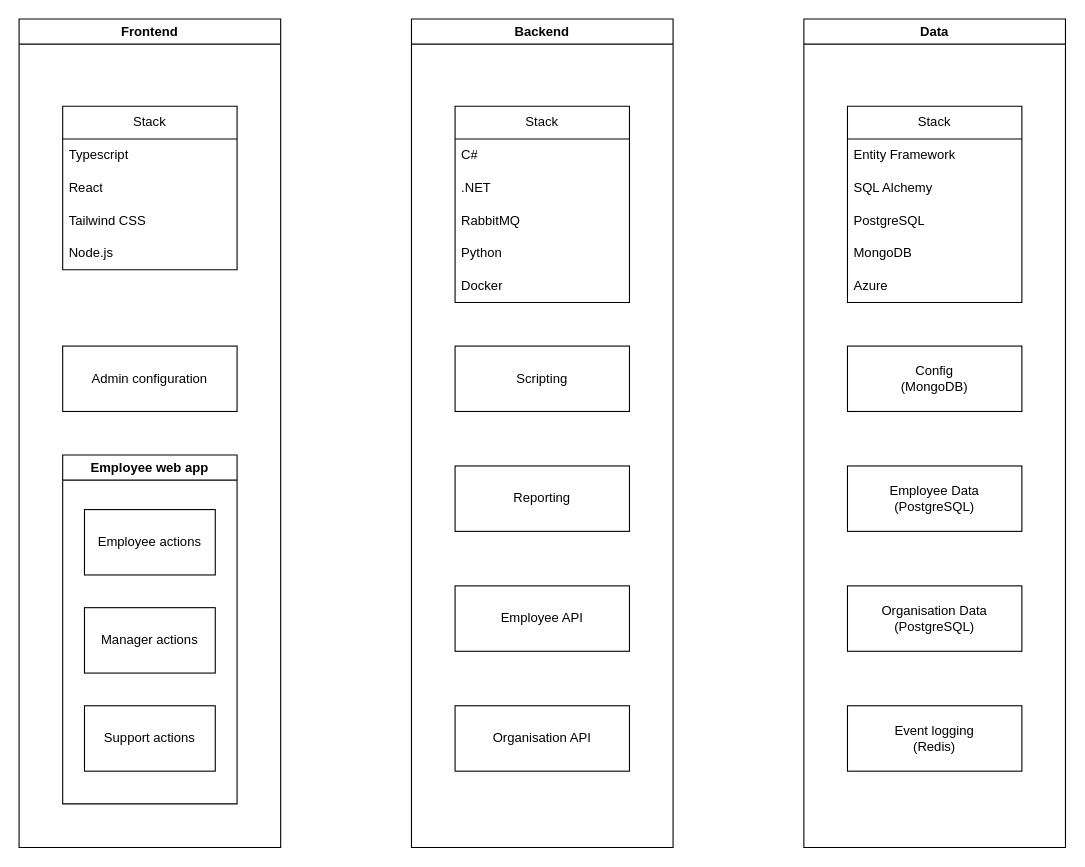
The draw.io diagram diagram_architecture.drawio in chrisashwalker/hoot, before the edit. Source tidied: cells renumbered, new cells numbered last; positions are measured from the earlier drawing's top-left corner, leaving out a move shared by most shapes. Both pictures are drawn from the tidied source at 109%, with x=0, y=0 at pixel (19, 19).
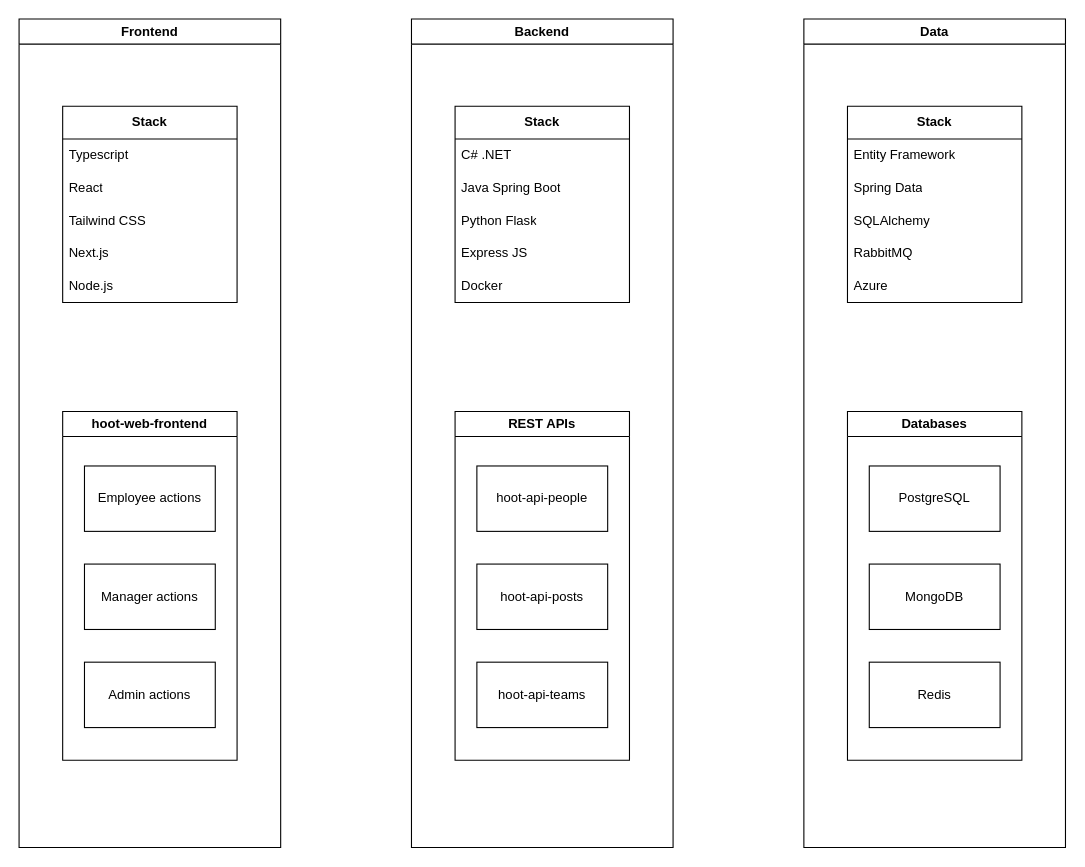
Above is the later version.

Unchanged cells that the change refers to:
```xml
<mxCell id="2" value="Frontend" style="swimlane;whiteSpace=wrap;html=1;" parent="1" vertex="1">
  <mxGeometry width="240" height="760" as="geometry" />
</mxCell>
<mxCell id="13" value="Backend" style="swimlane;whiteSpace=wrap;html=1;" parent="1" vertex="1">
  <mxGeometry x="360" width="240" height="760" as="geometry" />
</mxCell>
<mxCell id="24" value="Data" style="swimlane;whiteSpace=wrap;html=1;" parent="1" vertex="1">
  <mxGeometry x="720" width="240" height="760" as="geometry" />
</mxCell>
```

Change to the diagram source:
```diff
@@
-    <mxCell id="3" value="&lt;div&gt;Admin configuration&lt;br&gt;&lt;/div&gt;" style="rounded=0;whiteSpace=wrap;html=1;" parent="2" vertex="1">
-      <mxGeometry x="40" y="300" width="160" height="60" as="geometry" />
-    </mxCell>
-    <mxCell id="4" value="Employee web app" style="swimlane;whiteSpace=wrap;html=1;" parent="2" vertex="1">
-      <mxGeometry x="40" y="400" width="160" height="320" as="geometry" />
+    <mxCell id="4" value="hoot-web-frontend" style="swimlane;whiteSpace=wrap;html=1;" parent="2" vertex="1">
+      <mxGeometry x="40" y="360" width="160" height="320" as="geometry" />
     </mxCell>
@@
-    <mxCell id="7" value="&lt;div&gt;Support actions&lt;/div&gt;" style="rounded=0;whiteSpace=wrap;html=1;" parent="4" vertex="1">
+    <mxCell id="7" value="&lt;div&gt;Admin actions&lt;/div&gt;" style="rounded=0;whiteSpace=wrap;html=1;" parent="4" vertex="1">
       <mxGeometry x="20" y="230" width="120" height="60" as="geometry" />
     </mxCell>
-    <mxCell id="8" value="Stack" style="swimlane;fontStyle=0;horizontal=1;startSize=30;whiteSpace=wrap;html=1;" parent="2" vertex="1">
-      <mxGeometry x="40" y="80" width="160" height="150" as="geometry" />
+    <mxCell id="8" value="&lt;b&gt;Stack&lt;/b&gt;" style="swimlane;fontStyle=0;horizontal=1;startSize=30;whiteSpace=wrap;html=1;" parent="2" vertex="1">
+      <mxGeometry x="40" y="80" width="160" height="180" as="geometry" />
     </mxCell>
@@
-    <mxCell id="12" value="Node.js" style="text;strokeColor=none;fillColor=none;align=left;verticalAlign=middle;spacingLeft=4;spacingRight=4;overflow=hidden;whiteSpace=wrap;html=1;" parent="8" vertex="1">
+    <mxCell id="12" value="Next.js" style="text;strokeColor=none;fillColor=none;align=left;verticalAlign=middle;spacingLeft=4;spacingRight=4;overflow=hidden;whiteSpace=wrap;html=1;" parent="8" vertex="1">
       <mxGeometry y="120" width="160" height="30" as="geometry" />
     </mxCell>
+    <mxCell id="35" value="Node.js" style="text;strokeColor=none;fillColor=none;align=left;verticalAlign=middle;spacingLeft=4;spacingRight=4;overflow=hidden;whiteSpace=wrap;html=1;" parent="8" vertex="1">
+      <mxGeometry y="150" width="160" height="30" as="geometry" />
+    </mxCell>
@@
-    <mxCell id="14" value="&lt;div&gt;Scripting&lt;/div&gt;" style="rounded=0;whiteSpace=wrap;html=1;" parent="13" vertex="1">
-      <mxGeometry x="40" y="300" width="160" height="60" as="geometry" />
-    </mxCell>
-    <mxCell id="15" value="Stack" style="swimlane;fontStyle=0;horizontal=1;startSize=30;whiteSpace=wrap;html=1;" parent="13" vertex="1">
+    <mxCell id="15" value="&lt;b&gt;Stack&lt;/b&gt;" style="swimlane;fontStyle=0;horizontal=1;startSize=30;whiteSpace=wrap;html=1;" parent="13" vertex="1">
       <mxGeometry x="40" y="80" width="160" height="180" as="geometry" />
     </mxCell>
-    <mxCell id="16" value="C#" style="text;strokeColor=none;fillColor=none;align=left;verticalAlign=middle;spacingLeft=4;spacingRight=4;overflow=hidden;whiteSpace=wrap;html=1;" parent="15" vertex="1">
+    <mxCell id="16" value="C# .NET" style="text;strokeColor=none;fillColor=none;align=left;verticalAlign=middle;spacingLeft=4;spacingRight=4;overflow=hidden;whiteSpace=wrap;html=1;" parent="15" vertex="1">
       <mxGeometry y="30" width="160" height="30" as="geometry" />
     </mxCell>
-    <mxCell id="17" value=".NET" style="text;strokeColor=none;fillColor=none;align=left;verticalAlign=middle;spacingLeft=4;spacingRight=4;overflow=hidden;whiteSpace=wrap;html=1;" parent="15" vertex="1">
+    <mxCell id="17" value="Java Spring Boot" style="text;strokeColor=none;fillColor=none;align=left;verticalAlign=middle;spacingLeft=4;spacingRight=4;overflow=hidden;whiteSpace=wrap;html=1;" parent="15" vertex="1">
       <mxGeometry y="60" width="160" height="30" as="geometry" />
     </mxCell>
-    <mxCell id="18" value="RabbitMQ" style="text;strokeColor=none;fillColor=none;align=left;verticalAlign=middle;spacingLeft=4;spacingRight=4;overflow=hidden;whiteSpace=wrap;html=1;" parent="15" vertex="1">
+    <mxCell id="18" value="Python Flask" style="text;strokeColor=none;fillColor=none;align=left;verticalAlign=middle;spacingLeft=4;spacingRight=4;overflow=hidden;whiteSpace=wrap;html=1;" parent="15" vertex="1">
       <mxGeometry y="90" width="160" height="30" as="geometry" />
     </mxCell>
-    <mxCell id="19" value="Python" style="text;strokeColor=none;fillColor=none;align=left;verticalAlign=middle;spacingLeft=4;spacingRight=4;overflow=hidden;whiteSpace=wrap;html=1;" parent="15" vertex="1">
+    <mxCell id="19" value="&lt;div&gt;Express JS&lt;br&gt;&lt;/div&gt;" style="text;strokeColor=none;fillColor=none;align=left;verticalAlign=middle;spacingLeft=4;spacingRight=4;overflow=hidden;whiteSpace=wrap;html=1;" parent="15" vertex="1">
       <mxGeometry y="120" width="160" height="30" as="geometry" />
     </mxCell>
@@
-    <mxCell id="21" value="Reporting" style="rounded=0;whiteSpace=wrap;html=1;" parent="13" vertex="1">
-      <mxGeometry x="40" y="410" width="160" height="60" as="geometry" />
-    </mxCell>
-    <mxCell id="22" value="Employee API" style="rounded=0;whiteSpace=wrap;html=1;" parent="13" vertex="1">
-      <mxGeometry x="40" y="520" width="160" height="60" as="geometry" />
-    </mxCell>
-    <mxCell id="23" value="Organisation API" style="rounded=0;whiteSpace=wrap;html=1;" parent="13" vertex="1">
-      <mxGeometry x="40" y="630" width="160" height="60" as="geometry" />
-    </mxCell>
+    <mxCell id="36" value="REST APIs" style="swimlane;whiteSpace=wrap;html=1;" parent="13" vertex="1">
+      <mxGeometry x="40" y="360" width="160" height="320" as="geometry" />
+    </mxCell>
+    <mxCell id="37" value="hoot-api-people" style="rounded=0;whiteSpace=wrap;html=1;" parent="36" vertex="1">
+      <mxGeometry x="20" y="50" width="120" height="60" as="geometry" />
+    </mxCell>
+    <mxCell id="38" value="hoot-api-posts" style="rounded=0;whiteSpace=wrap;html=1;" parent="36" vertex="1">
+      <mxGeometry x="20" y="140" width="120" height="60" as="geometry" />
+    </mxCell>
+    <mxCell id="39" value="&lt;div&gt;hoot-api-teams&lt;/div&gt;" style="rounded=0;whiteSpace=wrap;html=1;" parent="36" vertex="1">
+      <mxGeometry x="20" y="230" width="120" height="60" as="geometry" />
+    </mxCell>
@@
-    <mxCell id="25" value="&lt;div&gt;Config &lt;br&gt;&lt;/div&gt;&lt;div&gt;(MongoDB)&lt;/div&gt;" style="rounded=0;whiteSpace=wrap;html=1;" parent="24" vertex="1">
-      <mxGeometry x="40" y="300" width="160" height="60" as="geometry" />
-    </mxCell>
-    <mxCell id="26" value="Stack" style="swimlane;fontStyle=0;horizontal=1;startSize=30;whiteSpace=wrap;html=1;" parent="24" vertex="1">
+    <mxCell id="26" value="&lt;b&gt;Stack&lt;/b&gt;" style="swimlane;fontStyle=0;horizontal=1;startSize=30;whiteSpace=wrap;html=1;" parent="24" vertex="1">
       <mxGeometry x="40" y="80" width="160" height="180" as="geometry" />
     </mxCell>
@@
-    <mxCell id="28" value="SQL Alchemy" style="text;strokeColor=none;fillColor=none;align=left;verticalAlign=middle;spacingLeft=4;spacingRight=4;overflow=hidden;whiteSpace=wrap;html=1;" parent="26" vertex="1">
+    <mxCell id="28" value="Spring Data" style="text;strokeColor=none;fillColor=none;align=left;verticalAlign=middle;spacingLeft=4;spacingRight=4;overflow=hidden;whiteSpace=wrap;html=1;" parent="26" vertex="1">
       <mxGeometry y="60" width="160" height="30" as="geometry" />
     </mxCell>
-    <mxCell id="29" value="PostgreSQL" style="text;strokeColor=none;fillColor=none;align=left;verticalAlign=middle;spacingLeft=4;spacingRight=4;overflow=hidden;whiteSpace=wrap;html=1;" parent="26" vertex="1">
+    <mxCell id="29" value="SQLAlchemy" style="text;strokeColor=none;fillColor=none;align=left;verticalAlign=middle;spacingLeft=4;spacingRight=4;overflow=hidden;whiteSpace=wrap;html=1;" parent="26" vertex="1">
       <mxGeometry y="90" width="160" height="30" as="geometry" />
     </mxCell>
-    <mxCell id="30" value="MongoDB" style="text;strokeColor=none;fillColor=none;align=left;verticalAlign=middle;spacingLeft=4;spacingRight=4;overflow=hidden;whiteSpace=wrap;html=1;" parent="26" vertex="1">
+    <mxCell id="30" value="RabbitMQ" style="text;strokeColor=none;fillColor=none;align=left;verticalAlign=middle;spacingLeft=4;spacingRight=4;overflow=hidden;whiteSpace=wrap;html=1;" parent="26" vertex="1">
       <mxGeometry y="120" width="160" height="30" as="geometry" />
     </mxCell>
@@
-    <mxCell id="32" value="&lt;div&gt;Employee Data &lt;br&gt;&lt;/div&gt;&lt;div&gt;(PostgreSQL)&lt;/div&gt;" style="rounded=0;whiteSpace=wrap;html=1;" parent="24" vertex="1">
-      <mxGeometry x="40" y="410" width="160" height="60" as="geometry" />
-    </mxCell>
-    <mxCell id="33" value="&lt;div&gt;Organisation Data&lt;/div&gt;&lt;div&gt;(PostgreSQL)&lt;br&gt;&lt;/div&gt;" style="rounded=0;whiteSpace=wrap;html=1;" parent="24" vertex="1">
-      <mxGeometry x="40" y="520" width="160" height="60" as="geometry" />
-    </mxCell>
-    <mxCell id="34" value="Event logging&lt;br&gt;(Redis)" style="rounded=0;whiteSpace=wrap;html=1;" parent="24" vertex="1">
-      <mxGeometry x="40" y="630" width="160" height="60" as="geometry" />
-    </mxCell>
+    <mxCell id="40" value="Databases" style="swimlane;whiteSpace=wrap;html=1;" parent="24" vertex="1">
+      <mxGeometry x="40" y="360" width="160" height="320" as="geometry" />
+    </mxCell>
+    <mxCell id="41" value="PostgreSQL" style="rounded=0;whiteSpace=wrap;html=1;" parent="40" vertex="1">
+      <mxGeometry x="20" y="50" width="120" height="60" as="geometry" />
+    </mxCell>
+    <mxCell id="42" value="MongoDB" style="rounded=0;whiteSpace=wrap;html=1;" parent="40" vertex="1">
+      <mxGeometry x="20" y="140" width="120" height="60" as="geometry" />
+    </mxCell>
+    <mxCell id="43" value="Redis" style="rounded=0;whiteSpace=wrap;html=1;" parent="40" vertex="1">
+      <mxGeometry x="20" y="230" width="120" height="60" as="geometry" />
+    </mxCell>
```
